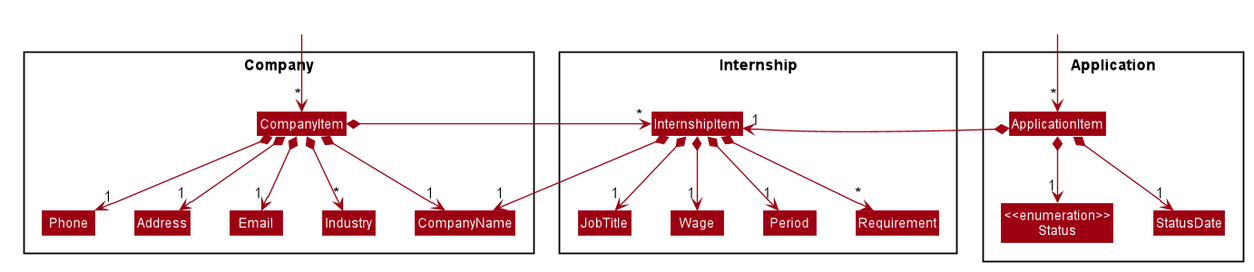
shawn-nyk/tp keeps this PlantUML diagram as docs/images/dg-model/CompanyInternshipApplicationClassDiagram.png. Above is the earlier version.
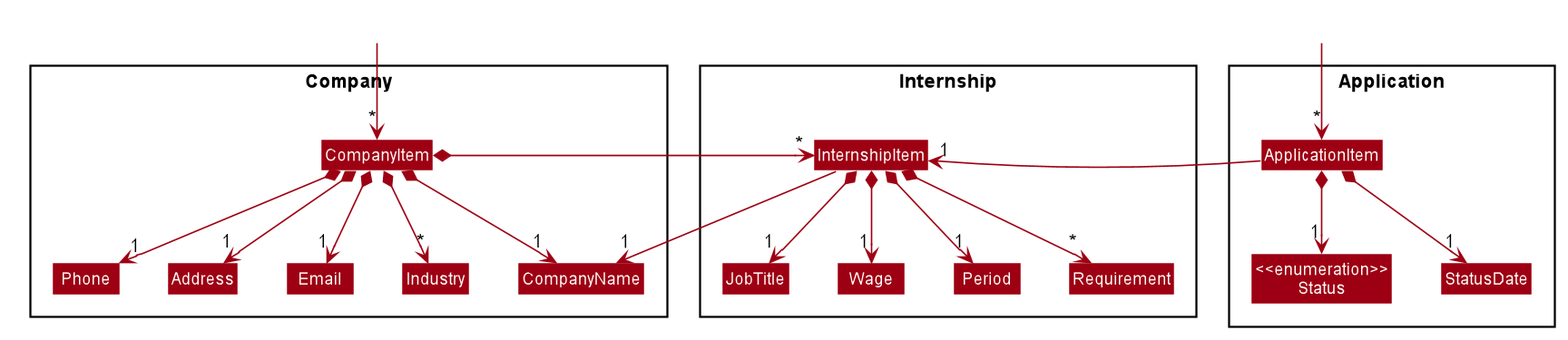
After the commit.

Commit message:
Fix errors in model diagrams

Change to the diagram source:
```diff
@@ -89,7 +89,7 @@
 Email -[hidden]right-> Industry
 Industry -[hidden]right-> CompanyName
 
-InternshipItem *--> "1" CompanyName
+InternshipItem --> "1" CompanyName
 InternshipItem *--> "1" JobTitle
 InternshipItem *--> "1" Wage
 InternshipItem *--> "1" Period
@@ -104,5 +104,5 @@
 
 ApplicationItem *--> "1" Status
 ApplicationItem *--> "1" StatusDate
-ApplicationItem *-left-> "1" InternshipItem
+ApplicationItem -left-> "1" InternshipItem
 @enduml
```
